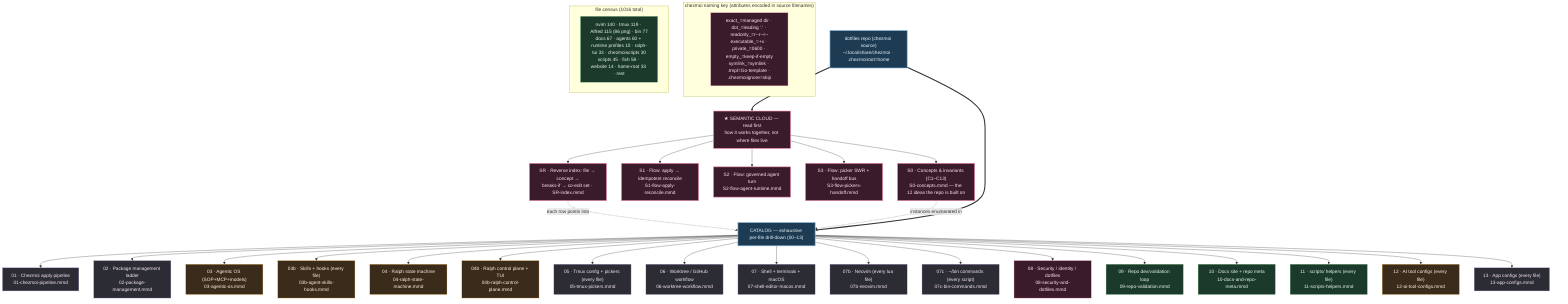
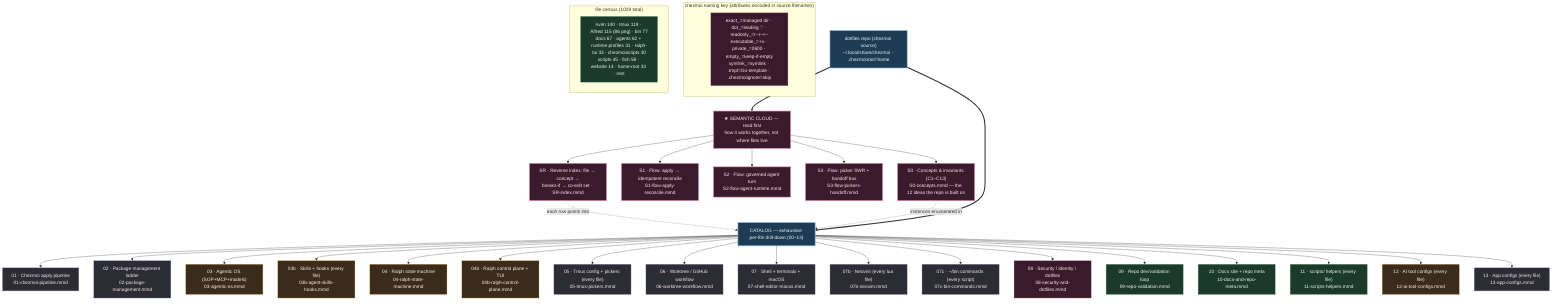
%% ============================================================================
%% 00-overview.mmd — Master navigation map for kapral18/dotfiles
%% TWO LAYERS:
%%   SEMANTIC CLOUD (read first) — how the system THINKS: concepts+invariants
%%     (S0), cross-cutting flows (S1/S2/S3), and a reverse index (SR) that maps
%%     any file to its concept, blast radius, and co-edit set.
%%   CATALOG (drill-down) — how the system is LAID OUT: 00-13 enumerate every
- %%     one of the 1016 tracked files by exact chezmoi source path.
+ %%     one of the 1028 tracked files by exact chezmoi source path.
%% `home/` is chezmoi source deployed to $HOME; scripts/tools/website/docs are
%% repo-side (NOT deployed). Each node → a deeper .mmd.
%% ============================================================================
graph TD
    classDef entry fill:#1d3b53,stroke:#7fb3d5,color:#eaf2f8,stroke-width:2px;
    classDef sys fill:#2c2c34,stroke:#b39ddb,color:#f3e5f5;
    classDef ai fill:#3a2b1b,stroke:#ffb74d,color:#fff3e0;
    classDef repo fill:#1b3a2b,stroke:#81c784,color:#e8f5e9;
    classDef data fill:#3a1b2b,stroke:#f48fb1,color:#fce4ec;
    classDef sem fill:#3a1b2b,stroke:#f48fb1,color:#fce4ec,stroke-width:2px;

    ROOT["dotfiles repo (chezmoi source)<br/>~/.local/share/chezmoi · .chezmoiroot=home"]:::entry

    %% ---- SEMANTIC LAYER (read before the catalog) --------------------------
    ROOT ==> SEMHEAD["★ SEMANTIC CLOUD — read first<br/>how it works together, not where files live"]:::sem
    SEMHEAD --> S0["S0 · Concepts & invariants (C1–C13)<br/>S0-concepts.mmd — the 12 ideas the repo is built on"]:::sem
    SEMHEAD --> S1["S1 · Flow: apply → idempotent reconcile<br/>S1-flow-apply-reconcile.mmd"]:::sem
    SEMHEAD --> S2["S2 · Flow: governed agent turn<br/>S2-flow-agent-runtime.mmd"]:::sem
    SEMHEAD --> S3["S3 · Flow: picker SWR + handoff bus<br/>S3-flow-pickers-handoff.mmd"]:::sem
    SEMHEAD --> SR["SR · Reverse index: file → concept →<br/>breaks-if → co-edit set · SR-index.mmd"]:::sem
    SR -. "each row points into" .-> CATHEAD
    S0 -. "instances enumerated in" .-> CATHEAD

    %% ---- CATALOG LAYER (exhaustive per-file drill-down) --------------------
    ROOT ==> CATHEAD["CATALOG — exhaustive per-file drill-down (00–13)"]:::entry

    CATHEAD --> CZ["01 · Chezmoi apply pipeline<br/>01-chezmoi-pipeline.mmd"]:::sys
    CATHEAD --> PKG["02 · Package management ladder<br/>02-package-management.mmd"]:::sys
    CATHEAD --> AIOS["03 · Agentic OS (SOP+MCP+models)<br/>03-agentic-os.mmd"]:::ai
    CATHEAD --> SKILLS["03b · Skills + hooks (every file)<br/>03b-agent-skills-hooks.mmd"]:::ai
    CATHEAD --> RALPH["04 · Ralph state machine<br/>04-ralph-state-machine.mmd"]:::ai
    CATHEAD --> RALPHCP["04b · Ralph control plane + TUI<br/>04b-ralph-control-plane.mmd"]:::ai
    CATHEAD --> TMUX["05 · Tmux config + pickers (every file)<br/>05-tmux-pickers.mmd"]:::sys
    CATHEAD --> WT["06 · Worktree / GitHub workflow<br/>06-worktree-workflow.mmd"]:::sys
    CATHEAD --> SEM["07 · Shell + terminals + macOS<br/>07-shell-editor-macos.mmd"]:::sys
    CATHEAD --> NVIM["07b · Neovim (every lua file)<br/>07b-neovim.mmd"]:::sys
    CATHEAD --> BIN["07c · ~/bin commands (every script)<br/>07c-bin-commands.mmd"]:::sys
    CATHEAD --> SEC["08 · Security / identity / dotfiles<br/>08-security-and-dotfiles.mmd"]:::data
    CATHEAD --> VAL["09 · Repo dev/validation loop<br/>09-repo-validation.mmd"]:::repo
    CATHEAD --> DOCS["10 · Docs site + repo meta<br/>10-docs-and-repo-meta.mmd"]:::repo
    CATHEAD --> SCRIPTS["11 · scripts/ helpers (every file)<br/>11-scripts-helpers.mmd"]:::repo
    CATHEAD --> AICFG["12 · AI tool configs (every file)<br/>12-ai-tool-configs.mmd"]:::ai
    CATHEAD --> APPS["13 · App configs (every file)<br/>13-app-configs.mmd"]:::sys

    subgraph KEY["chezmoi naming key (attributes encoded in source filenames)"]
        K1["exact_=managed dir · dot_=leading '.' · readonly_=r--r--r--<br/>executable_=+x · private_=0600 · empty_=keep-if-empty<br/>symlink_=symlink · .tmpl=Go-template · .chezmoiignore=skip"]:::data
    end

-     subgraph COUNTS["file census (1016 total)"]
-         C1["nvim 140 · tmux 119 · Alfred 115 (86 png) · bin 77<br/>docs 67 · agents 60 + runtime profiles 10 · ralph-tui 33 · chezmoiscripts 30<br/>scripts 45 · fish 58 · website 14 · home-root 33 · rest"]:::repo
+     subgraph COUNTS["file census (1028 total)"]
+         C1["nvim 140 · tmux 119 · Alfred 115 (86 png) · bin 77<br/>docs 67 · agents 62 + runtime profiles 31 · ralph-tui 33 · chezmoiscripts 30<br/>scripts 45 · fish 58 · website 14 · home-root 33 · rest"]:::repo
    end
